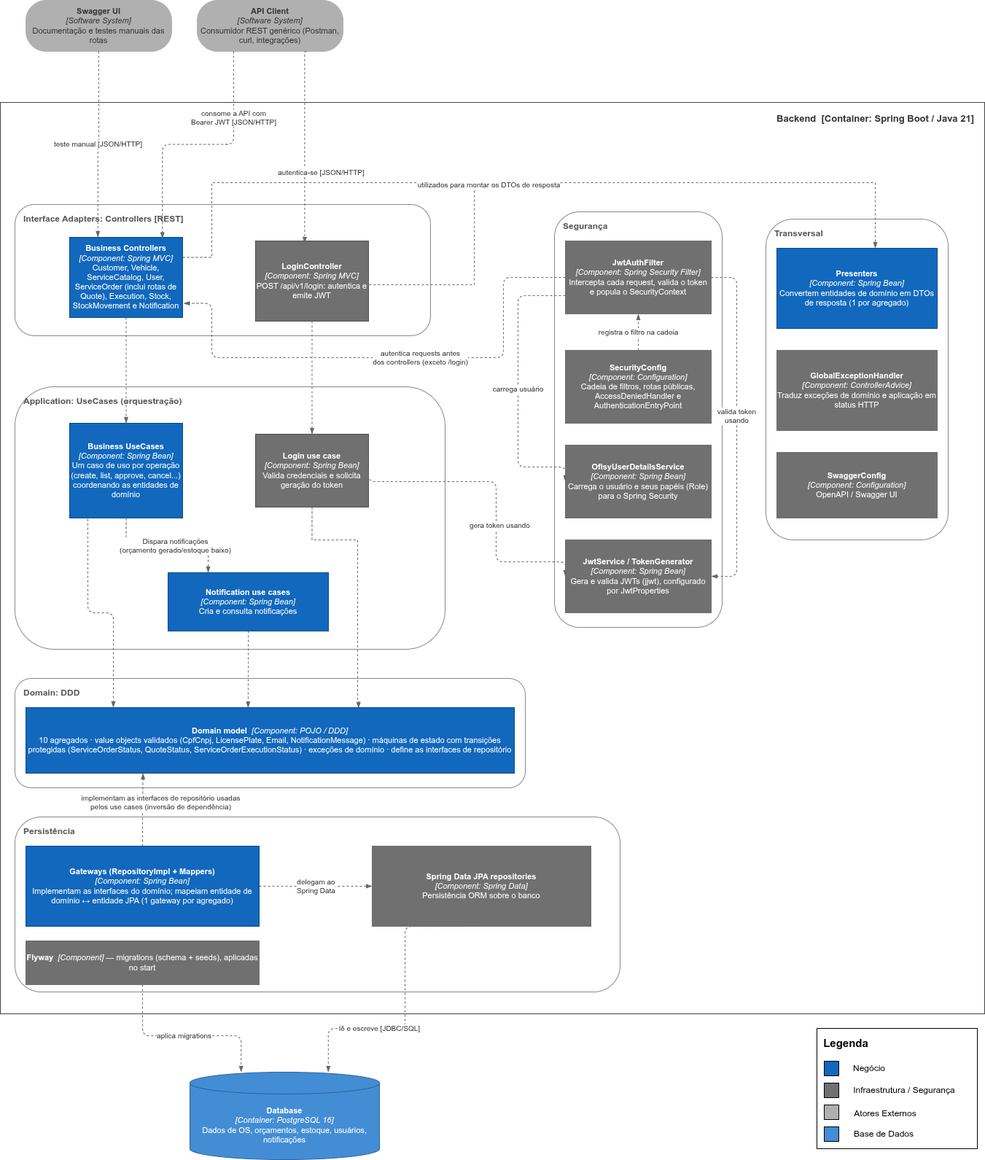
This is docs/resources/component-diagram.png from 15SOAT-FIAP/techchallenge-ofisy, a draw.io export, as it was before one commit. Source tidied: cells renumbered, new cells last; positions are measured from the earlier drawing's top-left corner, leaving out a move shared by most shapes.
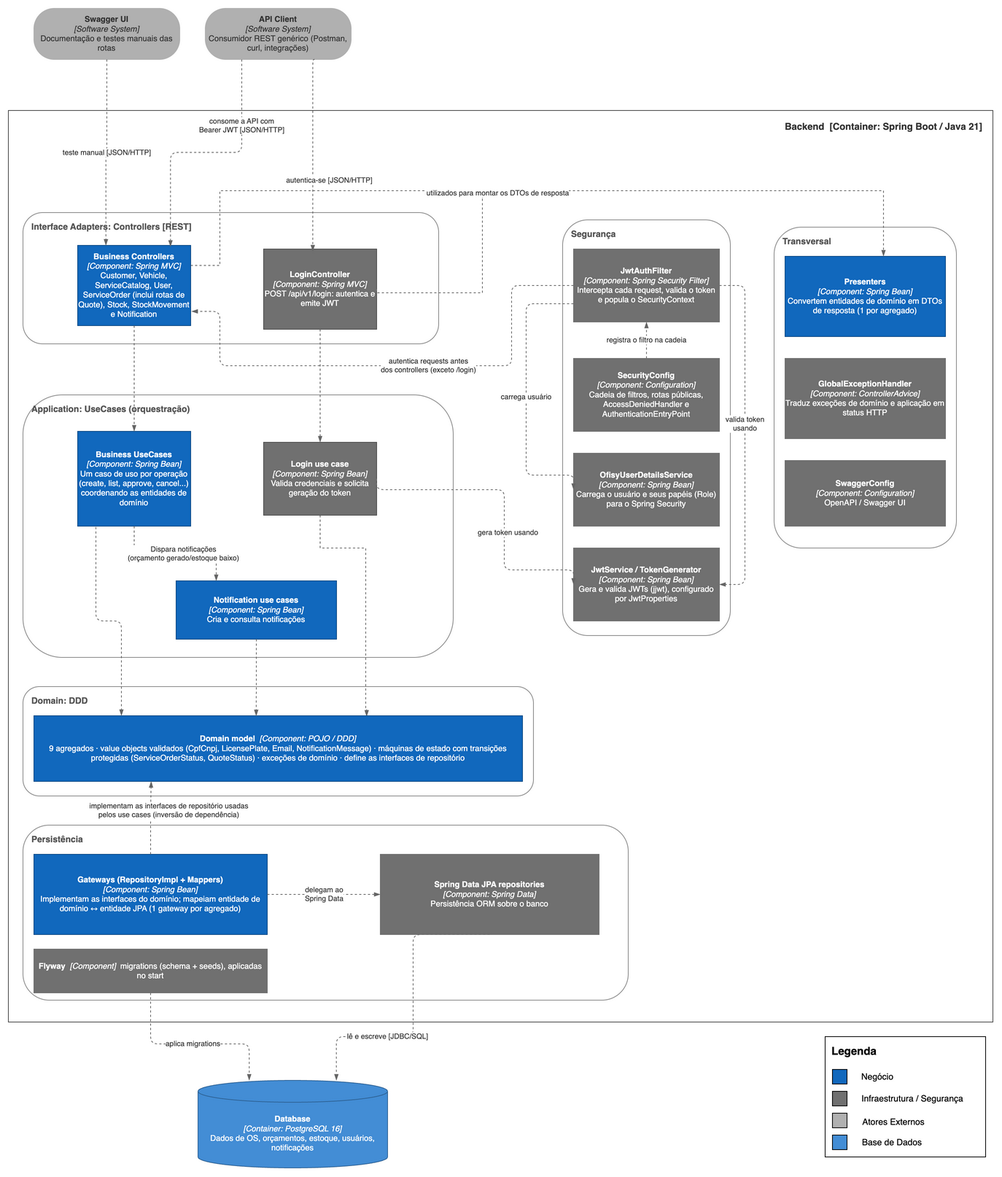
Later version of the same file.

Commit message:
docs: remover a execução dos diagramas de banco e de componentes

The edit, as a diff of the source:
```diff
@@ -24,7 +24,7 @@
         </Array>
       </mxGeometry>
     </mxCell>
-    <mxCell id="7" value="&lt;b&gt;Business Controllers&lt;/b&gt;&lt;div&gt;&lt;i&gt;[Component: Spring MVC]&lt;/i&gt;&lt;br&gt;Customer, Vehicle, ServiceCatalog, User, ServiceOrder (inclui rotas de Quote), Execution,&amp;nbsp;&lt;span style=&quot;background-color: transparent; color: light-dark(rgb(255, 255, 255), rgb(18, 18, 18));&quot;&gt;Stock, StockMovement e Notification&lt;/span&gt;&lt;/div&gt;" style="rounded=0;whiteSpace=wrap;html=1;fillColor=#1168BD;strokeColor=#0B4884;fontColor=#ffffff;fontSize=11;" parent="1" vertex="1">
+    <mxCell id="7" value="&lt;b&gt;Business Controllers&lt;/b&gt;&lt;div&gt;&lt;i&gt;[Component: Spring MVC]&lt;/i&gt;&lt;br&gt;Customer, Vehicle, ServiceCatalog, User, ServiceOrder (inclui rotas de Quote),&amp;nbsp;&lt;span style=&quot;background-color: transparent; color: light-dark(rgb(255, 255, 255), rgb(18, 18, 18));&quot;&gt;Stock, StockMovement e Notification&lt;/span&gt;&lt;/div&gt;" style="rounded=0;whiteSpace=wrap;html=1;fillColor=#1168BD;strokeColor=#0B4884;fontColor=#ffffff;fontSize=11;" parent="1" vertex="1">
       <mxGeometry x="95" y="325" width="155" height="110" as="geometry" />
     </mxCell>
     <mxCell id="8" value="&lt;b&gt;LoginController&lt;/b&gt;&lt;br&gt;&lt;i&gt;[Component: Spring MVC]&lt;/i&gt;&lt;br&gt;POST /api/v1/login: autentica e emite JWT" style="rounded=0;whiteSpace=wrap;html=1;fillColor=#707070;strokeColor=#4D4D4D;fontColor=#ffffff;fontSize=11;" parent="1" vertex="1">
@@ -55,7 +55,7 @@
     <mxCell id="14" value="Domain: DDD&lt;div&gt;&lt;br&gt;&lt;/div&gt;" style="rounded=1;whiteSpace=wrap;html=1;fillColor=none;strokeColor=#888888;verticalAlign=top;align=left;spacingLeft=10;spacingTop=6;fontSize=12;fontStyle=1;fontColor=#555555;" parent="1" vertex="1">
       <mxGeometry x="20" y="930" width="700" height="150" as="geometry" />
     </mxCell>
-    <mxCell id="15" value="&lt;b&gt;Domain model&lt;/b&gt;&amp;nbsp;&amp;nbsp;&lt;i&gt;[Component: POJO / DDD]&lt;/i&gt;&lt;br&gt;10 agregados · value objects validados (CpfCnpj, LicensePlate, Email, NotificationMessage) · máquinas de estado com transições protegidas (ServiceOrderStatus, QuoteStatus, ServiceOrderExecutionStatus) · exceções de domínio · define as interfaces de repositório" style="rounded=0;whiteSpace=wrap;html=1;fillColor=#1168BD;strokeColor=#0B4884;fontColor=#ffffff;fontSize=11;" parent="1" vertex="1">
+    <mxCell id="15" value="&lt;b&gt;Domain model&lt;/b&gt;&amp;nbsp;&amp;nbsp;&lt;i&gt;[Component: POJO / DDD]&lt;/i&gt;&lt;br&gt;9 agregados · value objects validados (CpfCnpj, LicensePlate, Email, NotificationMessage) · máquinas de estado com transições protegidas (ServiceOrderStatus, QuoteStatus) · exceções de domínio · define as interfaces de repositório" style="rounded=0;whiteSpace=wrap;html=1;fillColor=#1168BD;strokeColor=#0B4884;fontColor=#ffffff;fontSize=11;" parent="1" vertex="1">
       <mxGeometry x="35" y="970" width="670" height="90" as="geometry" />
     </mxCell>
     <mxCell id="16" value="Persistência" style="rounded=1;whiteSpace=wrap;html=1;fillColor=none;strokeColor=#888888;verticalAlign=top;align=left;spacingLeft=10;spacingTop=6;fontSize=12;fontStyle=1;fontColor=#555555;" parent="1" vertex="1">
@@ -67,7 +67,7 @@
     <mxCell id="18" value="&lt;b&gt;Spring Data JPA repositories&lt;/b&gt;&lt;br&gt;&lt;i&gt;[Component: Spring Data]&lt;/i&gt;&lt;br&gt;Persistência ORM sobre o banco" style="rounded=0;whiteSpace=wrap;html=1;fillColor=#707070;strokeColor=#707070;fontColor=#ffffff;fontSize=11;" parent="1" vertex="1">
       <mxGeometry x="510" y="1160" width="300" height="110" as="geometry" />
     </mxCell>
-    <mxCell id="19" value="&lt;b&gt;Flyway&lt;/b&gt;&amp;nbsp;&amp;nbsp;&lt;i&gt;[Component]&lt;/i&gt;&amp;nbsp;— migrations (schema + seeds), aplicadas no start" style="rounded=0;whiteSpace=wrap;html=1;fillColor=#707070;strokeColor=#707070;fontColor=#ffffff;fontSize=11;" parent="1" vertex="1">
+    <mxCell id="19" value="&lt;b&gt;Flyway&lt;/b&gt;&amp;nbsp;&amp;nbsp;&lt;i&gt;[Component]&lt;/i&gt;&amp;nbsp; migrations (schema + seeds), aplicadas no start" style="rounded=0;whiteSpace=wrap;html=1;fillColor=#707070;strokeColor=#707070;fontColor=#ffffff;fontSize=11;" parent="1" vertex="1">
       <mxGeometry x="35" y="1290" width="320" height="60" as="geometry" />
     </mxCell>
     <mxCell id="20" value="Segurança" style="rounded=1;whiteSpace=wrap;html=1;fillColor=none;strokeColor=#888888;verticalAlign=top;align=left;spacingLeft=10;spacingTop=6;fontSize=12;fontStyle=1;fontColor=#555555;" parent="1" vertex="1">
```
